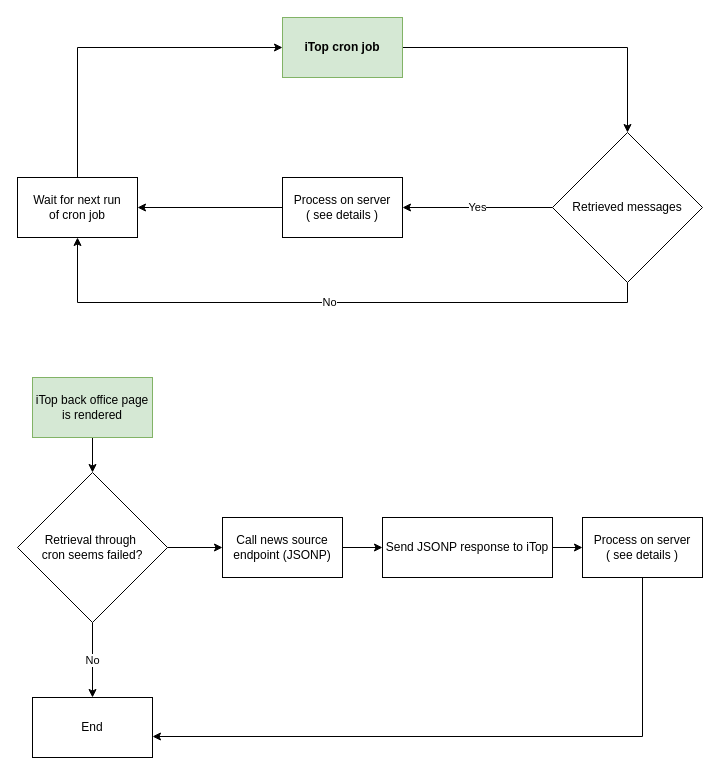
The draw.io diagram page "Methods of retrieval" (1 of 3) of documentation/Diagram - background process.drawio in jbostoen/itop-jb-news, before the edit. Source tidied: cells renumbered, new cells numbered last; positions are measured from the earlier drawing's top-left corner, leaving out a move shared by most shapes. Both pictures are drawn from the tidied source at 100%, with x=0, y=0 at pixel (17, 17).
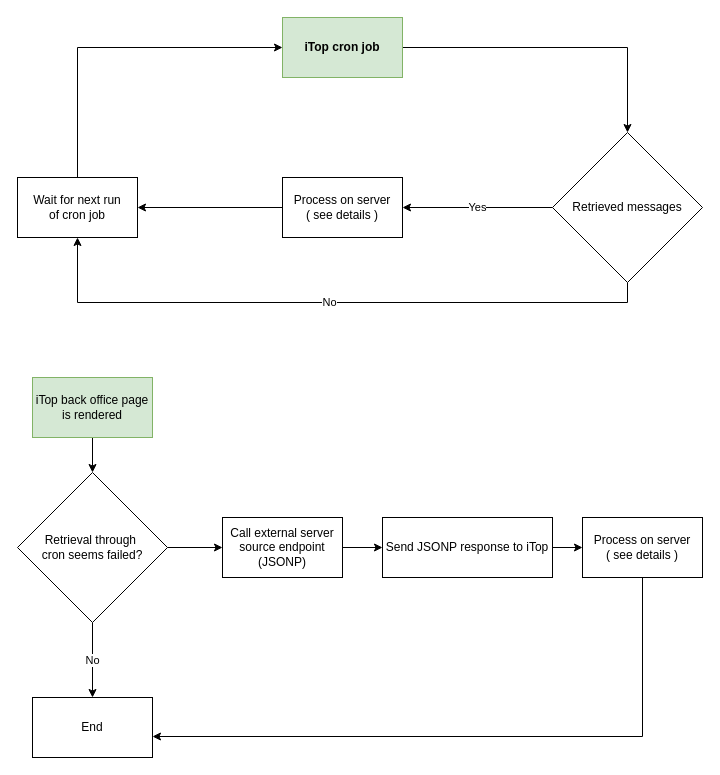
The same page after the edit.

The edit, as a diff of the source:
```diff
@@
-    <mxCell id="18" value="Call news source endpoint (JSONP)" style="whiteSpace=wrap;html=1;rounded=0;" parent="1" vertex="1">
+    <mxCell id="18" value="Call external server source endpoint (JSONP)" style="whiteSpace=wrap;html=1;rounded=0;" parent="1" vertex="1">
       <mxGeometry x="205" y="500" width="120" height="60" as="geometry" />
     </mxCell>
```
